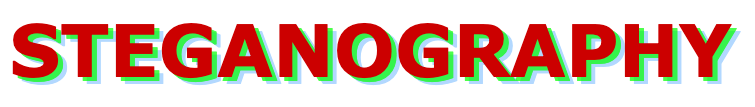
Earlier version of the draw.io export data/Diagrams/steganography_logo.png (italoPontes/Steganography). Source tidied: cells renumbered, new cells last; positions are measured from the earlier drawing's top-left corner, leaving out a move shared by most shapes.
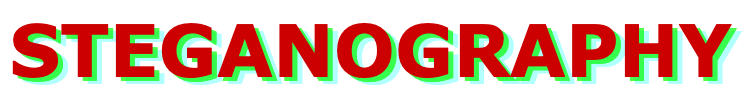
The same file after the commit.

Diff of the diagram source:
```diff
@@ -2,8 +2,8 @@
   <root>
     <mxCell id="0" />
     <mxCell id="1" parent="0" />
-    <mxCell id="2" value="&lt;b style=&quot;font-family: Verdana; text-wrap: wrap; font-size: 72px;&quot;&gt;STEGANOGRAPHY&lt;/b&gt;" style="text;align=center;verticalAlign=middle;strokeColor=none;fillColor=none;labelBackgroundColor=none;fontColor=#007FFF;labelBorderColor=none;textShadow=0;html=1;textOpacity=30;" parent="1" vertex="1">
-      <mxGeometry x="4" y="6" width="750" height="100" as="geometry" />
+    <mxCell id="2" value="&lt;b style=&quot;font-family: Verdana; text-wrap: wrap; font-size: 72px;&quot;&gt;&lt;font color=&quot;#00ffff&quot;&gt;STEGANOGRAPHY&lt;/font&gt;&lt;/b&gt;" style="text;align=center;verticalAlign=middle;strokeColor=none;fillColor=none;labelBackgroundColor=none;fontColor=#007FFF;labelBorderColor=none;textShadow=0;html=1;textOpacity=30;" parent="1" vertex="1">
+      <mxGeometry x="9" y="7" width="741" height="98" as="geometry" />
     </mxCell>
     <mxCell id="3" value="&lt;b style=&quot;font-family: Verdana; text-wrap: wrap; font-size: 72px;&quot;&gt;&lt;font color=&quot;#00ff00&quot;&gt;STEGANOGRAPHY&lt;/font&gt;&lt;/b&gt;" style="text;align=center;verticalAlign=middle;strokeColor=none;fillColor=none;labelBackgroundColor=none;fontColor=default;labelBorderColor=none;textShadow=0;html=1;textOpacity=70;rounded=0;shadow=0;glass=0;perimeterSpacing=0;absoluteArcSize=0;noLabel=0;backgroundOutline=0;" parent="1" vertex="1">
       <mxGeometry y="3" width="750" height="100" as="geometry" />
```
